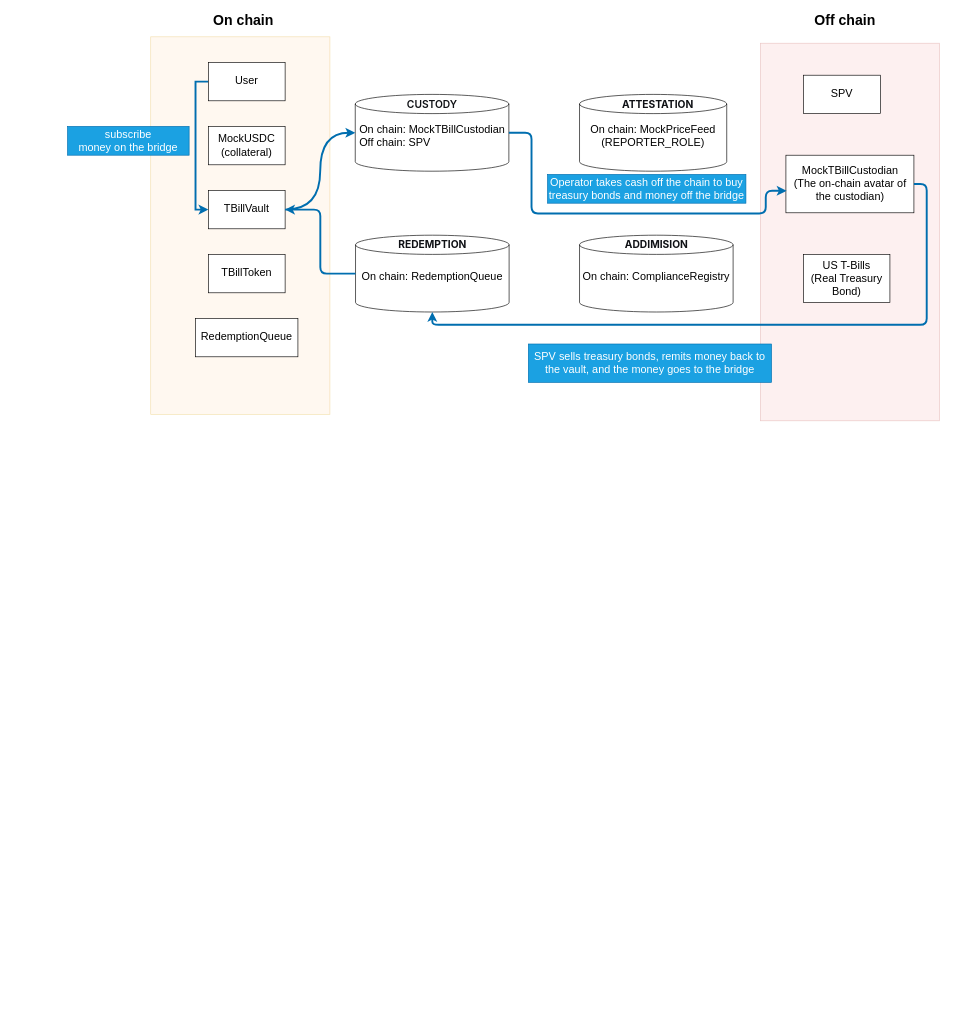
Before: Picture(Screenshots)/未命名绘图.drawio in xiaomangli69-max/rwa-lab-2026, a draw.io diagram. Source tidied: cells renumbered, new cells numbered last; positions are measured from the earlier drawing's top-left corner, leaving out a move shared by most shapes. Both pictures are drawn from the tidied source at 64%, with x=0, y=0 at pixel (67, 11).
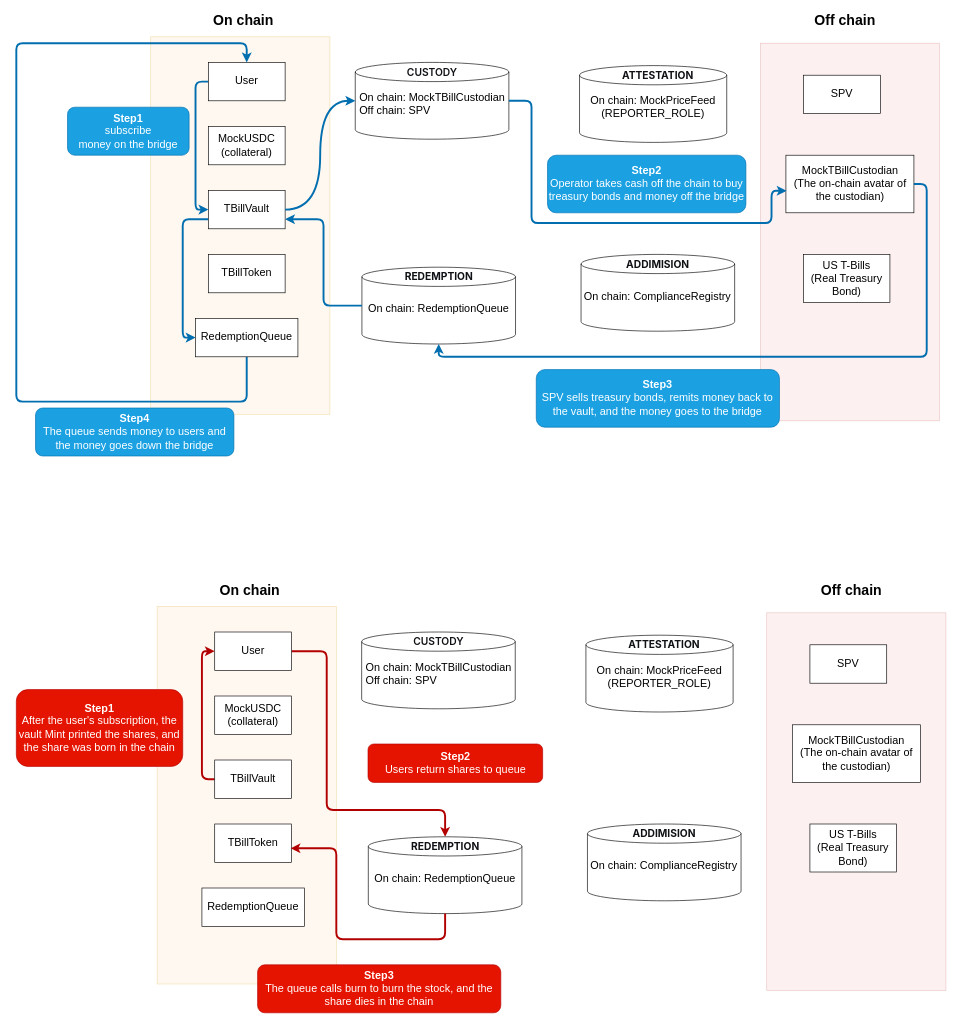
Above is the later version.

Commit message (it also covers changes not shown here):
未命名绘图.drawio

Unchanged cells that the change refers to:
```xml
<mxCell id="5" value="&lt;font style=&quot;font-size: 17px;&quot;&gt;User&lt;/font&gt;" style="rounded=0;whiteSpace=wrap;html=1;labelBackgroundColor=none;" parent="1" vertex="1">
  <mxGeometry x="220" y="80" width="120" height="60" as="geometry" />
</mxCell>
<mxCell id="7" value="&lt;span style=&quot;font-size: 17px;&quot;&gt;TBillVault&lt;/span&gt;" style="rounded=0;whiteSpace=wrap;html=1;labelBackgroundColor=none;" parent="1" vertex="1">
  <mxGeometry x="220" y="280" width="120" height="60" as="geometry" />
</mxCell>
<mxCell id="9" value="&lt;span style=&quot;font-size: 17px;&quot;&gt;RedemptionQueue&lt;/span&gt;" style="rounded=0;whiteSpace=wrap;html=1;labelBackgroundColor=none;" parent="1" vertex="1">
  <mxGeometry x="200" y="480" width="160" height="60" as="geometry" />
</mxCell>
<mxCell id="12" value="&lt;font style=&quot;font-size: 17px;&quot;&gt;On chain: MockTBillCustodian&lt;/font&gt;&lt;div&gt;&lt;div style=&quot;text-align: left;&quot;&gt;&lt;span style=&quot;background-color: transparent; color: light-dark(rgb(0, 0, 0), rgb(255, 255, 255));&quot;&gt;&lt;font style=&quot;font-size: 17px;&quot;&gt;Off chain: SPV&lt;/font&gt;&lt;/span&gt;&lt;/div&gt;&lt;div&gt;&lt;br&gt;&lt;/div&gt;&lt;/div&gt;" style="shape=cylinder3;whiteSpace=wrap;html=1;boundedLbl=1;backgroundOutline=1;size=15;labelBackgroundColor=none;" parent="11" vertex="1">
  <mxGeometry x="-10.4" width="240" height="120" as="geometry" />
</mxCell>
<mxCell id="18" value="&lt;font style=&quot;font-size: 17px;&quot;&gt;&lt;font style=&quot;&quot;&gt;On chain:&amp;nbsp;&lt;/font&gt;RedemptionQueue&lt;/font&gt;&lt;div&gt;&lt;div&gt;&lt;div&gt;&lt;br&gt;&lt;/div&gt;&lt;/div&gt;&lt;/div&gt;" style="shape=cylinder3;whiteSpace=wrap;html=1;boundedLbl=1;backgroundOutline=1;size=15;labelBackgroundColor=none;" parent="17" vertex="1">
  <mxGeometry width="240" height="120" as="geometry" />
</mxCell>
<mxCell id="25" value="&lt;font style=&quot;font-size: 17px;&quot;&gt;MockTBillCustodian&lt;/font&gt;&lt;div&gt;&lt;font style=&quot;font-size: 17px;&quot;&gt;(The on-chain avatar of the custodian)&lt;/font&gt;&lt;/div&gt;" style="rounded=0;whiteSpace=wrap;html=1;labelBackgroundColor=none;" parent="1" vertex="1">
  <mxGeometry x="1122.5" y="225" width="200" height="90" as="geometry" />
</mxCell>
```

The edit, as a diff of the source:
```diff
@@
-    <mxCell id="4" style="edgeStyle=orthogonalEdgeStyle;rounded=0;orthogonalLoop=1;jettySize=auto;html=1;entryX=0;entryY=0.5;entryDx=0;entryDy=0;libavoidRouting=1;strokeWidth=3;labelBackgroundColor=none;fontColor=default;fillColor=#1ba1e2;strokeColor=#006EAF;" parent="1" edge="1">
+    <mxCell id="4" style="edgeStyle=orthogonalEdgeStyle;rounded=1;orthogonalLoop=1;jettySize=auto;html=1;entryX=0;entryY=0.5;entryDx=0;entryDy=0;libavoidRouting=1;strokeWidth=3;labelBackgroundColor=none;fontColor=default;fillColor=#1ba1e2;strokeColor=#006EAF;curved=0;" parent="1" edge="1">
       <mxGeometry relative="1" as="geometry">
         <mxPoint x="220" y="110" as="sourcePoint" />
         <mxPoint x="220" y="310" as="targetPoint" />
         <Array as="points">
           <mxPoint x="200" y="110" />
           <mxPoint x="200" y="310" />
         </Array>
       </mxGeometry>
     </mxCell>
@@
+    <mxCell id="34" style="edgeStyle=orthogonalEdgeStyle;rounded=1;jettySize=auto;html=1;exitX=0;exitY=0.75;exitDx=0;exitDy=0;entryX=0;entryY=0.5;entryDx=0;entryDy=0;libavoidRouting=1;strokeWidth=3;fillColor=#1ba1e2;strokeColor=#006EAF;" parent="1" edge="1" source="7" target="9">
+      <mxGeometry x="-0.06" relative="1" as="geometry">
+        <Array as="points">
+          <mxPoint x="180" y="325" />
+          <mxPoint x="180" y="510" />
+        </Array>
+      </mxGeometry>
+    </mxCell>
@@
+    <mxCell id="35" style="edgeStyle=orthogonalEdgeStyle;rounded=1;jettySize=auto;html=1;entryX=0.5;entryY=0;entryDx=0;entryDy=0;exitX=0.5;exitY=1;exitDx=0;exitDy=0;strokeWidth=3;fillColor=#1ba1e2;strokeColor=#006EAF;curved=0;" parent="1" edge="1" source="9" target="5">
+      <mxGeometry x="0.87" relative="1" as="geometry">
+        <Array as="points">
+          <mxPoint x="280" y="610" />
+          <mxPoint x="-80" y="610" />
+          <mxPoint x="-80" y="50" />
+          <mxPoint x="280" y="50" />
+        </Array>
+      </mxGeometry>
+    </mxCell>
@@
     <mxCell id="11" style="group;labelBackgroundColor=none;" parent="1" vertex="1">
-      <mxGeometry x="460" y="130" width="240" height="120" as="geometry" />
+      <mxGeometry x="460" y="80" width="240" height="120" as="geometry" />
     </mxCell>
@@
     <mxCell id="14" style="group;labelBackgroundColor=none;" parent="1" vertex="1">
-      <mxGeometry x="800" y="130" width="230" height="120" as="geometry" />
+      <mxGeometry x="800" y="85" width="230" height="120" as="geometry" />
     </mxCell>
@@
     <mxCell id="17" style="group;labelBackgroundColor=none;" parent="1" vertex="1">
-      <mxGeometry x="450" y="350" width="240" height="120" as="geometry" />
+      <mxGeometry x="460" y="400" width="240" height="120" as="geometry" />
     </mxCell>
@@
     <mxCell id="20" style="group;labelBackgroundColor=none;" parent="1" vertex="1">
-      <mxGeometry x="800" y="350" width="240" height="120" as="geometry" />
+      <mxGeometry x="802.4" y="380" width="240" height="120" as="geometry" />
     </mxCell>
@@
-    <mxCell id="27" value="&lt;font style=&quot;font-size: 17px;&quot;&gt;subscribe&lt;/font&gt;&lt;div&gt;&lt;font style=&quot;font-size: 17px;&quot;&gt;money on the bridge&lt;/font&gt;&lt;/div&gt;" style="text;html=1;whiteSpace=wrap;strokeColor=#006EAF;fillColor=#1ba1e2;align=center;verticalAlign=middle;rounded=0;fontColor=#ffffff;" parent="1" vertex="1">
-      <mxGeometry y="180" width="190" height="45" as="geometry" />
+    <mxCell id="27" value="&lt;div&gt;&lt;font style=&quot;font-size: 17px;&quot;&gt;&lt;b&gt;Step1&lt;/b&gt;&lt;/font&gt;&lt;/div&gt;&lt;font style=&quot;font-size: 17px;&quot;&gt;subscribe&lt;/font&gt;&lt;div&gt;&lt;font style=&quot;font-size: 17px;&quot;&gt;money on the bridge&lt;/font&gt;&lt;/div&gt;" style="text;html=1;whiteSpace=wrap;strokeColor=#006EAF;fillColor=#1ba1e2;align=center;verticalAlign=middle;rounded=1;fontColor=#ffffff;roundedPerimeter=1;" parent="1" vertex="1">
+      <mxGeometry y="150" width="190" height="75" as="geometry" />
     </mxCell>
@@
-    <mxCell id="29" style="rounded=1;jettySize=auto;html=1;entryX=0.005;entryY=0.618;entryDx=0;entryDy=0;entryPerimeter=0;exitX=1;exitY=0.5;exitDx=0;exitDy=0;exitPerimeter=0;edgeStyle=orthogonalEdgeStyle;libavoidRouting=1;strokeWidth=3;fillColor=#1ba1e2;strokeColor=#006EAF;" parent="1" edge="1" source="12" target="25">
-      <mxGeometry x="-0.12" relative="1" as="geometry">
+    <mxCell id="29" style="rounded=1;jettySize=auto;html=1;entryX=0.005;entryY=0.618;entryDx=0;entryDy=0;entryPerimeter=0;exitX=1;exitY=0.5;exitDx=0;exitDy=0;exitPerimeter=0;edgeStyle=orthogonalEdgeStyle;strokeWidth=3;fillColor=#1ba1e2;strokeColor=#006EAF;" parent="1" edge="1" source="12" target="25">
+      <mxGeometry x="-0.11" relative="1" as="geometry">
         <Array as="points">
-          <mxPoint x="725" y="190" />
-          <mxPoint x="725" y="316" />
-          <mxPoint x="1091" y="316" />
-          <mxPoint x="1091" y="281" />
+          <mxPoint x="725" y="140" />
+          <mxPoint x="725" y="331" />
+          <mxPoint x="1100" y="331" />
+          <mxPoint x="1100" y="280.6" />
         </Array>
       </mxGeometry>
     </mxCell>
-    <mxCell id="30" value="&lt;font style=&quot;font-size: 17px; color: light-dark(rgb(255, 255, 255), rgb(61, 170, 36));&quot;&gt;Operator takes cash off the chain to buy treasury bonds and money off the bridge&lt;/font&gt;" style="text;html=1;whiteSpace=wrap;strokeColor=#006EAF;fillColor=#1ba1e2;align=center;verticalAlign=middle;rounded=0;fontColor=#ffffff;" parent="1" vertex="1">
-      <mxGeometry x="750" y="255" width="310" height="45" as="geometry" />
+    <mxCell id="30" value="&lt;div&gt;&lt;font style=&quot;font-size: 17px; color: light-dark(rgb(255, 255, 255), rgb(61, 170, 36));&quot;&gt;&lt;b&gt;Step2&lt;/b&gt;&lt;/font&gt;&lt;/div&gt;&lt;font style=&quot;font-size: 17px; color: light-dark(rgb(255, 255, 255), rgb(61, 170, 36));&quot;&gt;Operator takes cash off the chain to buy treasury bonds and money off the bridge&lt;/font&gt;" style="text;html=1;whiteSpace=wrap;strokeColor=#006EAF;fillColor=#1ba1e2;align=center;verticalAlign=middle;rounded=1;fontColor=#ffffff;roundedPerimeter=1;" parent="1" vertex="1">
+      <mxGeometry x="750" y="225" width="310" height="90" as="geometry" />
     </mxCell>
@@
-    <mxCell id="32" style="edgeStyle=orthogonalEdgeStyle;rounded=1;jettySize=auto;html=1;exitX=0;exitY=0.5;exitDx=0;exitDy=0;exitPerimeter=0;entryX=1;entryY=0.5;entryDx=0;entryDy=0;curved=0;strokeWidth=3;fillColor=#1ba1e2;strokeColor=#006EAF;" parent="1" edge="1" source="18" target="7">
-      <mxGeometry relative="1" as="geometry" />
+    <mxCell id="32" style="edgeStyle=orthogonalEdgeStyle;rounded=1;jettySize=auto;html=1;exitX=0;exitY=0.5;exitDx=0;exitDy=0;exitPerimeter=0;entryX=1;entryY=0.75;entryDx=0;entryDy=0;curved=0;strokeWidth=3;fillColor=#1ba1e2;strokeColor=#006EAF;" parent="1" edge="1" source="18" target="7">
+      <mxGeometry x="0.06" relative="1" as="geometry" />
     </mxCell>
-    <mxCell id="33" value="&lt;font style=&quot;font-size: 17px;&quot;&gt;SPV sells treasury bonds, remits money back to the vault, and the money goes to the bridge&lt;/font&gt;" style="text;html=1;whiteSpace=wrap;strokeColor=#006EAF;fillColor=#1ba1e2;align=center;verticalAlign=middle;rounded=0;fontColor=#ffffff;" parent="1" vertex="1">
-      <mxGeometry x="720" y="520" width="380" height="60" as="geometry" />
+    <mxCell id="33" value="&lt;div&gt;&lt;font style=&quot;font-size: 17px;&quot;&gt;&lt;b&gt;Step3&lt;/b&gt;&lt;/font&gt;&lt;/div&gt;&lt;font style=&quot;font-size: 17px;&quot;&gt;SPV sells treasury bonds, remits money back to the vault, and the money goes to the bridge&lt;/font&gt;" style="text;html=1;whiteSpace=wrap;strokeColor=#006EAF;fillColor=#1ba1e2;align=center;verticalAlign=middle;rounded=1;fontColor=#ffffff;glass=0;shadow=0;roundedPerimeter=1;" parent="1" vertex="1">
+      <mxGeometry x="732.4" y="560" width="380" height="90" as="geometry" />
     </mxCell>
+    <mxCell id="36" value="&lt;div&gt;&lt;font style=&quot;font-size: 17px;&quot;&gt;&lt;b&gt;Step4&lt;/b&gt;&lt;/font&gt;&lt;/div&gt;&lt;font style=&quot;font-size: 17px;&quot;&gt;The queue sends money to users and the money goes down the bridge&lt;/font&gt;" style="text;html=1;whiteSpace=wrap;strokeColor=#006EAF;fillColor=#1ba1e2;align=center;verticalAlign=middle;rounded=1;fontColor=#ffffff;roundedPerimeter=1;" parent="1" vertex="1">
+      <mxGeometry x="-50" y="620" width="310" height="75" as="geometry" />
+    </mxCell>
+    <mxCell id="37" style="rounded=0;whiteSpace=wrap;html=1;fillColor=#f8cecc;strokeColor=#b85450;opacity=30;opacityGroup=1;" parent="1" vertex="1">
+      <mxGeometry x="1092.5" y="940" width="280" height="590" as="geometry" />
+    </mxCell>
+    <mxCell id="38" style="rounded=0;whiteSpace=wrap;html=1;fillColor=#ffe6cc;strokeColor=#d79b00;opacity=30;opacityGroup=1;" parent="1" vertex="1">
+      <mxGeometry x="140" y="930" width="280" height="590" as="geometry" />
+    </mxCell>
+    <mxCell id="39" style="edgeStyle=orthogonalEdgeStyle;rounded=1;jettySize=auto;html=1;entryX=0.5;entryY=0;entryDx=0;entryDy=0;libavoidRouting=1;curved=0;strokeWidth=3;fillColor=#e51400;strokeColor=#B20000;" parent="1" edge="1" source="40" target="55">
+      <mxGeometry relative="1" as="geometry">
+        <Array as="points">
+          <mxPoint x="405" y="1000" />
+          <mxPoint x="405" y="1248" />
+          <mxPoint x="590" y="1248" />
+        </Array>
+      </mxGeometry>
+    </mxCell>
+    <mxCell id="40" value="&lt;font style=&quot;font-size: 17px;&quot;&gt;User&lt;/font&gt;" style="rounded=0;whiteSpace=wrap;html=1;labelBackgroundColor=none;" parent="1" vertex="1">
+      <mxGeometry x="230" y="970" width="120" height="60" as="geometry" />
+    </mxCell>
+    <mxCell id="41" value="&lt;span style=&quot;font-size: 17px;&quot;&gt;MockUSDC&lt;/span&gt;&lt;div&gt;&lt;span style=&quot;font-size: 17px;&quot;&gt;(collateral)&lt;/span&gt;&lt;/div&gt;" style="rounded=0;whiteSpace=wrap;html=1;labelBackgroundColor=none;" parent="1" vertex="1">
+      <mxGeometry x="230" y="1070" width="120" height="60" as="geometry" />
+    </mxCell>
+    <mxCell id="42" style="edgeStyle=orthogonalEdgeStyle;rounded=1;jettySize=auto;html=1;entryX=0;entryY=0.5;entryDx=0;entryDy=0;libavoidRouting=1;curved=0;strokeWidth=3;fillColor=#e51400;strokeColor=#B20000;" parent="1" edge="1" source="43" target="40">
+      <mxGeometry x="-0.06" relative="1" as="geometry">
+        <Array as="points">
+          <mxPoint x="210" y="1200" />
+          <mxPoint x="210" y="1000" />
+        </Array>
+      </mxGeometry>
+    </mxCell>
+    <mxCell id="43" value="&lt;span style=&quot;font-size: 17px;&quot;&gt;TBillVault&lt;/span&gt;" style="rounded=0;whiteSpace=wrap;html=1;labelBackgroundColor=none;" parent="1" vertex="1">
+      <mxGeometry x="230" y="1170" width="120" height="60" as="geometry" />
+    </mxCell>
+    <mxCell id="44" value="&lt;span style=&quot;font-size: 17px;&quot;&gt;TBillToken&lt;/span&gt;" style="rounded=0;whiteSpace=wrap;html=1;labelBackgroundColor=none;" parent="1" vertex="1">
+      <mxGeometry x="230" y="1270" width="120" height="60" as="geometry" />
+    </mxCell>
+    <mxCell id="45" value="&lt;span style=&quot;font-size: 17px;&quot;&gt;RedemptionQueue&lt;/span&gt;" style="rounded=0;whiteSpace=wrap;html=1;labelBackgroundColor=none;" parent="1" vertex="1">
+      <mxGeometry x="210" y="1370" width="160" height="60" as="geometry" />
+    </mxCell>
+    <mxCell id="46" value="&lt;font style=&quot;font-size: 22px;&quot;&gt;&lt;b&gt;On chain&lt;/b&gt;&lt;/font&gt;" style="text;html=1;whiteSpace=wrap;strokeColor=none;fillColor=none;align=center;verticalAlign=middle;rounded=0;labelBackgroundColor=none;" parent="1" vertex="1">
+      <mxGeometry x="230" y="890" width="110" height="30" as="geometry" />
+    </mxCell>
+    <mxCell id="47" style="group;labelBackgroundColor=none;" parent="1" vertex="1">
+      <mxGeometry x="470" y="970" width="240" height="120" as="geometry" />
+    </mxCell>
+    <mxCell id="48" value="&lt;font style=&quot;font-size: 17px;&quot;&gt;On chain: MockTBillCustodian&lt;/font&gt;&lt;div&gt;&lt;div style=&quot;text-align: left;&quot;&gt;&lt;span style=&quot;background-color: transparent; color: light-dark(rgb(0, 0, 0), rgb(255, 255, 255));&quot;&gt;&lt;font style=&quot;font-size: 17px;&quot;&gt;Off chain: SPV&lt;/font&gt;&lt;/span&gt;&lt;/div&gt;&lt;div&gt;&lt;br&gt;&lt;/div&gt;&lt;/div&gt;" style="shape=cylinder3;whiteSpace=wrap;html=1;boundedLbl=1;backgroundOutline=1;size=15;labelBackgroundColor=none;" parent="47" vertex="1">
+      <mxGeometry x="-10.4" width="240" height="120" as="geometry" />
+    </mxCell>
+    <mxCell id="49" value="&lt;span style=&quot;font-weight: 600; color: rgb(15, 17, 21); font-family: quote-cjk-patch, Inter, system-ui, -apple-system, BlinkMacSystemFont, &amp;quot;Segoe UI&amp;quot;, Roboto, Oxygen, Ubuntu, Cantarell, &amp;quot;Open Sans&amp;quot;, &amp;quot;Helvetica Neue&amp;quot;, sans-serif; font-size: 16px; text-align: start;&quot;&gt;&lt;span class=&quot;&quot;&gt;CUSTODY&lt;/span&gt;&lt;/span&gt;" style="text;html=1;whiteSpace=wrap;strokeColor=none;fillColor=none;align=center;verticalAlign=middle;rounded=0;labelBackgroundColor=none;" parent="47" vertex="1">
+      <mxGeometry x="67.8" width="83.5" height="30" as="geometry" />
+    </mxCell>
+    <mxCell id="50" style="group;labelBackgroundColor=none;" parent="1" vertex="1">
+      <mxGeometry x="810" y="975" width="230" height="120" as="geometry" />
+    </mxCell>
+    <mxCell id="51" value="&lt;font style=&quot;font-size: 17px;&quot;&gt;On chain: MockPriceFeed&lt;/font&gt;&lt;div&gt;&lt;font style=&quot;font-size: 17px;&quot;&gt;(REPORTER_ROLE)&lt;br&gt;&lt;/font&gt;&lt;div&gt;&lt;div&gt;&lt;br&gt;&lt;/div&gt;&lt;/div&gt;&lt;/div&gt;" style="shape=cylinder3;whiteSpace=wrap;html=1;boundedLbl=1;backgroundOutline=1;size=15;labelBackgroundColor=none;" parent="50" vertex="1">
+      <mxGeometry width="230" height="120" as="geometry" />
+    </mxCell>
+    <mxCell id="52" value="&lt;div style=&quot;text-align: start;&quot;&gt;&lt;span style=&quot;background-color: transparent; font-size: 16px;&quot;&gt;&lt;font color=&quot;#0f1115&quot; face=&quot;quote-cjk-patch, Inter, system-ui, -apple-system, BlinkMacSystemFont, Segoe UI, Roboto, Oxygen, Ubuntu, Cantarell, Open Sans, Helvetica Neue, sans-serif&quot;&gt;&lt;b&gt;ATTESTATION&lt;/b&gt;&lt;/font&gt;&lt;/span&gt;&lt;/div&gt;" style="text;html=1;whiteSpace=wrap;strokeColor=none;fillColor=none;align=center;verticalAlign=middle;rounded=0;labelBackgroundColor=none;" parent="50" vertex="1">
+      <mxGeometry x="90" width="64.8" height="30" as="geometry" />
+    </mxCell>
+    <mxCell id="53" style="group;labelBackgroundColor=none;" parent="1" vertex="1">
+      <mxGeometry x="470" y="1290" width="240" height="120" as="geometry" />
+    </mxCell>
+    <mxCell id="54" value="&lt;font style=&quot;font-size: 17px;&quot;&gt;&lt;font style=&quot;&quot;&gt;On chain:&amp;nbsp;&lt;/font&gt;RedemptionQueue&lt;/font&gt;&lt;div&gt;&lt;div&gt;&lt;div&gt;&lt;br&gt;&lt;/div&gt;&lt;/div&gt;&lt;/div&gt;" style="shape=cylinder3;whiteSpace=wrap;html=1;boundedLbl=1;backgroundOutline=1;size=15;labelBackgroundColor=none;" parent="53" vertex="1">
+      <mxGeometry width="240" height="120" as="geometry" />
+    </mxCell>
+    <mxCell id="55" value="&lt;div style=&quot;text-align: start;&quot;&gt;&lt;font color=&quot;#0f1115&quot; face=&quot;quote-cjk-patch, Inter, system-ui, -apple-system, BlinkMacSystemFont, Segoe UI, Roboto, Oxygen, Ubuntu, Cantarell, Open Sans, Helvetica Neue, sans-serif&quot;&gt;&lt;span style=&quot;font-size: 16px;&quot;&gt;&lt;b&gt;REDEMPTION&lt;/b&gt;&lt;/span&gt;&lt;/font&gt;&lt;/div&gt;" style="text;html=1;whiteSpace=wrap;strokeColor=none;fillColor=none;align=center;verticalAlign=middle;rounded=0;labelBackgroundColor=none;" parent="53" vertex="1">
+      <mxGeometry x="84.7" width="70.6" height="30" as="geometry" />
+    </mxCell>
+    <mxCell id="56" style="group;labelBackgroundColor=none;" parent="1" vertex="1">
+      <mxGeometry x="812.4" y="1270" width="240" height="120" as="geometry" />
+    </mxCell>
+    <mxCell id="57" value="&lt;font style=&quot;font-size: 17px;&quot;&gt;&lt;font style=&quot;&quot;&gt;On chain: ComplianceRegistry&lt;/font&gt;&lt;/font&gt;&lt;div&gt;&lt;div&gt;&lt;div&gt;&lt;br&gt;&lt;/div&gt;&lt;/div&gt;&lt;/div&gt;" style="shape=cylinder3;whiteSpace=wrap;html=1;boundedLbl=1;backgroundOutline=1;size=15;labelBackgroundColor=none;" parent="56" vertex="1">
+      <mxGeometry width="240" height="120" as="geometry" />
+    </mxCell>
+    <mxCell id="58" value="&lt;div style=&quot;text-align: start;&quot;&gt;&lt;font color=&quot;#0f1115&quot; face=&quot;quote-cjk-patch, Inter, system-ui, -apple-system, BlinkMacSystemFont, Segoe UI, Roboto, Oxygen, Ubuntu, Cantarell, Open Sans, Helvetica Neue, sans-serif&quot;&gt;&lt;span style=&quot;font-size: 16px;&quot;&gt;&lt;b&gt;ADDIMISION&lt;/b&gt;&lt;/span&gt;&lt;/font&gt;&lt;/div&gt;" style="text;html=1;whiteSpace=wrap;strokeColor=none;fillColor=none;align=center;verticalAlign=middle;rounded=0;labelBackgroundColor=none;" parent="56" vertex="1">
+      <mxGeometry x="84.7" width="70.6" height="30" as="geometry" />
+    </mxCell>
+    <mxCell id="59" value="&lt;font style=&quot;font-size: 22px;&quot;&gt;&lt;b&gt;Off chain&lt;/b&gt;&lt;/font&gt;" style="text;html=1;whiteSpace=wrap;strokeColor=none;fillColor=none;align=center;verticalAlign=middle;rounded=0;labelBackgroundColor=none;" parent="1" vertex="1">
+      <mxGeometry x="1170" y="890" width="110" height="30" as="geometry" />
+    </mxCell>
+    <mxCell id="60" value="&lt;span style=&quot;font-size: 17px;&quot;&gt;SPV&lt;/span&gt;" style="rounded=0;whiteSpace=wrap;html=1;labelBackgroundColor=none;" parent="1" vertex="1">
+      <mxGeometry x="1160" y="990" width="120" height="60" as="geometry" />
+    </mxCell>
+    <mxCell id="61" value="&lt;font style=&quot;font-size: 17px;&quot;&gt;MockTBillCustodian&lt;/font&gt;&lt;div&gt;&lt;font style=&quot;font-size: 17px;&quot;&gt;(The on-chain avatar of the custodian)&lt;/font&gt;&lt;/div&gt;" style="rounded=0;whiteSpace=wrap;html=1;labelBackgroundColor=none;" parent="1" vertex="1">
+      <mxGeometry x="1132.5" y="1115" width="200" height="90" as="geometry" />
+    </mxCell>
+    <mxCell id="62" value="&lt;span style=&quot;font-size: 17px;&quot;&gt;US T-Bills&lt;/span&gt;&lt;div&gt;&lt;span style=&quot;font-size: 17px;&quot;&gt;(&lt;/span&gt;&lt;span style=&quot;background-color: transparent; font-size: 17px;&quot;&gt;Real Treasury Bond&lt;/span&gt;&lt;span style=&quot;font-size: 17px; background-color: transparent; color: light-dark(rgb(0, 0, 0), rgb(255, 255, 255));&quot;&gt;)&lt;/span&gt;&lt;/div&gt;" style="rounded=0;whiteSpace=wrap;html=1;labelBackgroundColor=none;" parent="1" vertex="1">
+      <mxGeometry x="1160" y="1270" width="135" height="75" as="geometry" />
+    </mxCell>
+    <mxCell id="63" value="&lt;div&gt;&lt;font style=&quot;font-size: 17px;&quot;&gt;&lt;b&gt;Step1&lt;/b&gt;&lt;/font&gt;&lt;/div&gt;&lt;span style=&quot;font-size: 17px;&quot;&gt;After the user's subscription, the vault Mint printed the shares, and the share was born in the chain&lt;/span&gt;" style="text;html=1;whiteSpace=wrap;strokeColor=#B20000;fillColor=#e51400;align=center;verticalAlign=middle;rounded=1;fontColor=#ffffff;roundedPerimeter=1;" parent="1" vertex="1">
+      <mxGeometry x="-80" y="1060" width="260" height="120" as="geometry" />
+    </mxCell>
+    <mxCell id="64" value="&lt;div&gt;&lt;font style=&quot;font-size: 17px; color: light-dark(rgb(255, 255, 255), rgb(61, 170, 36));&quot;&gt;&lt;b&gt;Step2&lt;/b&gt;&lt;/font&gt;&lt;/div&gt;&lt;font style=&quot;font-size: 17px; color: light-dark(rgb(255, 255, 255), rgb(61, 170, 36));&quot;&gt;Users return shares to queue&lt;/font&gt;" style="text;html=1;whiteSpace=wrap;strokeColor=#B20000;fillColor=#e51400;align=center;verticalAlign=middle;rounded=1;fontColor=#ffffff;roundedPerimeter=1;" parent="1" vertex="1">
+      <mxGeometry x="469.5" y="1145" width="272.9" height="60" as="geometry" />
+    </mxCell>
+    <mxCell id="65" value="&lt;div&gt;&lt;font style=&quot;font-size: 17px;&quot;&gt;&lt;b&gt;Step3&lt;/b&gt;&lt;/font&gt;&lt;/div&gt;&lt;font style=&quot;font-size: 17px;&quot;&gt;The queue calls burn to burn the stock, and the share dies in the chain&lt;/font&gt;" style="text;html=1;whiteSpace=wrap;strokeColor=#B20000;fillColor=#e51400;align=center;verticalAlign=middle;rounded=1;fontColor=#ffffff;glass=0;shadow=0;roundedPerimeter=1;" parent="1" vertex="1">
+      <mxGeometry x="297" y="1490" width="380" height="75" as="geometry" />
+    </mxCell>
+    <mxCell id="66" style="edgeStyle=orthogonalEdgeStyle;rounded=1;jettySize=auto;html=1;entryX=0.988;entryY=0.632;entryDx=0;entryDy=0;entryPerimeter=0;exitX=0.5;exitY=1;exitDx=0;exitDy=0;exitPerimeter=0;strokeWidth=3;fillColor=#e51400;strokeColor=#B20000;" parent="1" edge="1" source="54" target="44">
+      <mxGeometry x="0.58" relative="1" as="geometry">
+        <Array as="points">
+          <mxPoint x="590" y="1450" />
+          <mxPoint x="420" y="1450" />
+          <mxPoint x="420" y="1307.9" />
+        </Array>
+      </mxGeometry>
+    </mxCell>
```
